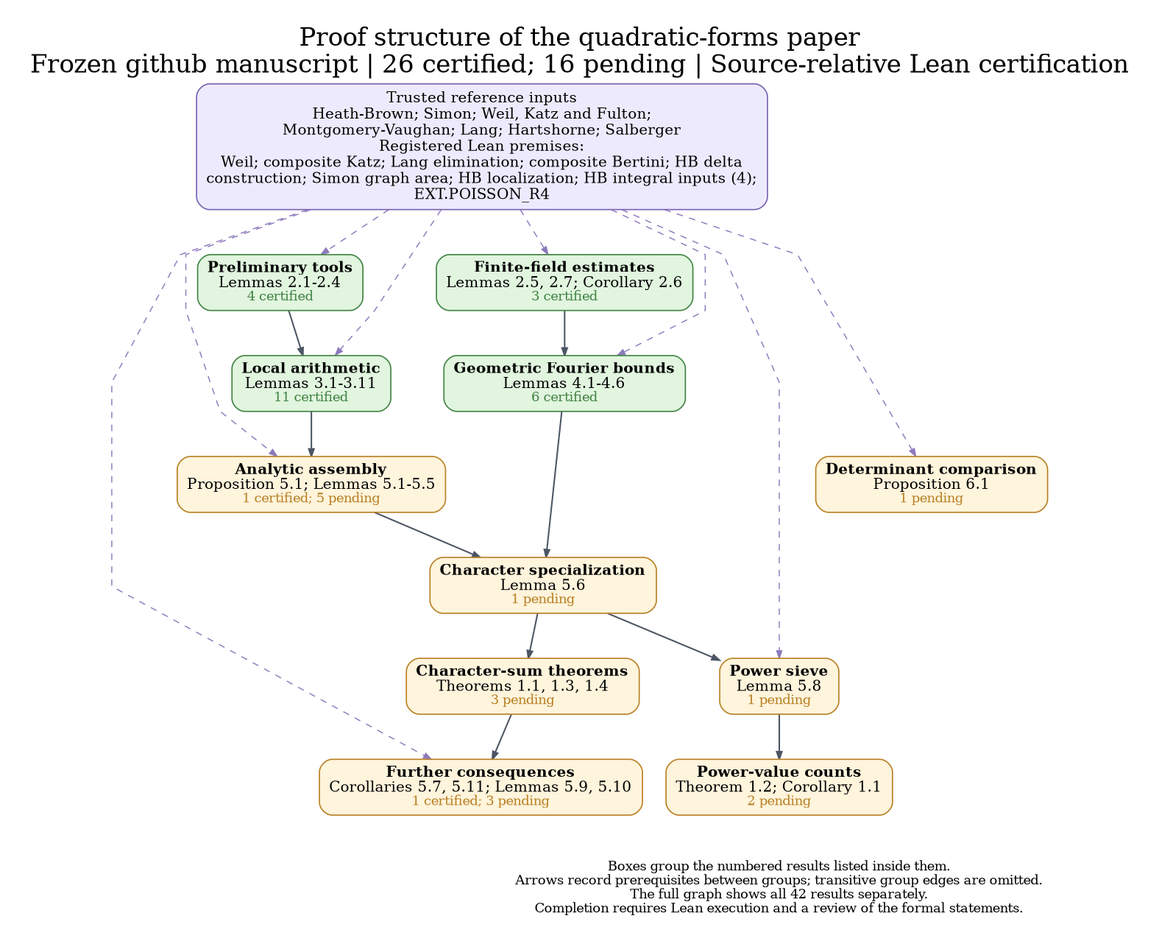
The Graphviz diagram docs/dependency_overview.png in nicolasrobles/quaternary-quadratic-forms, before a commit. Its source is kept beside it as docs/dependency_overview.dot.
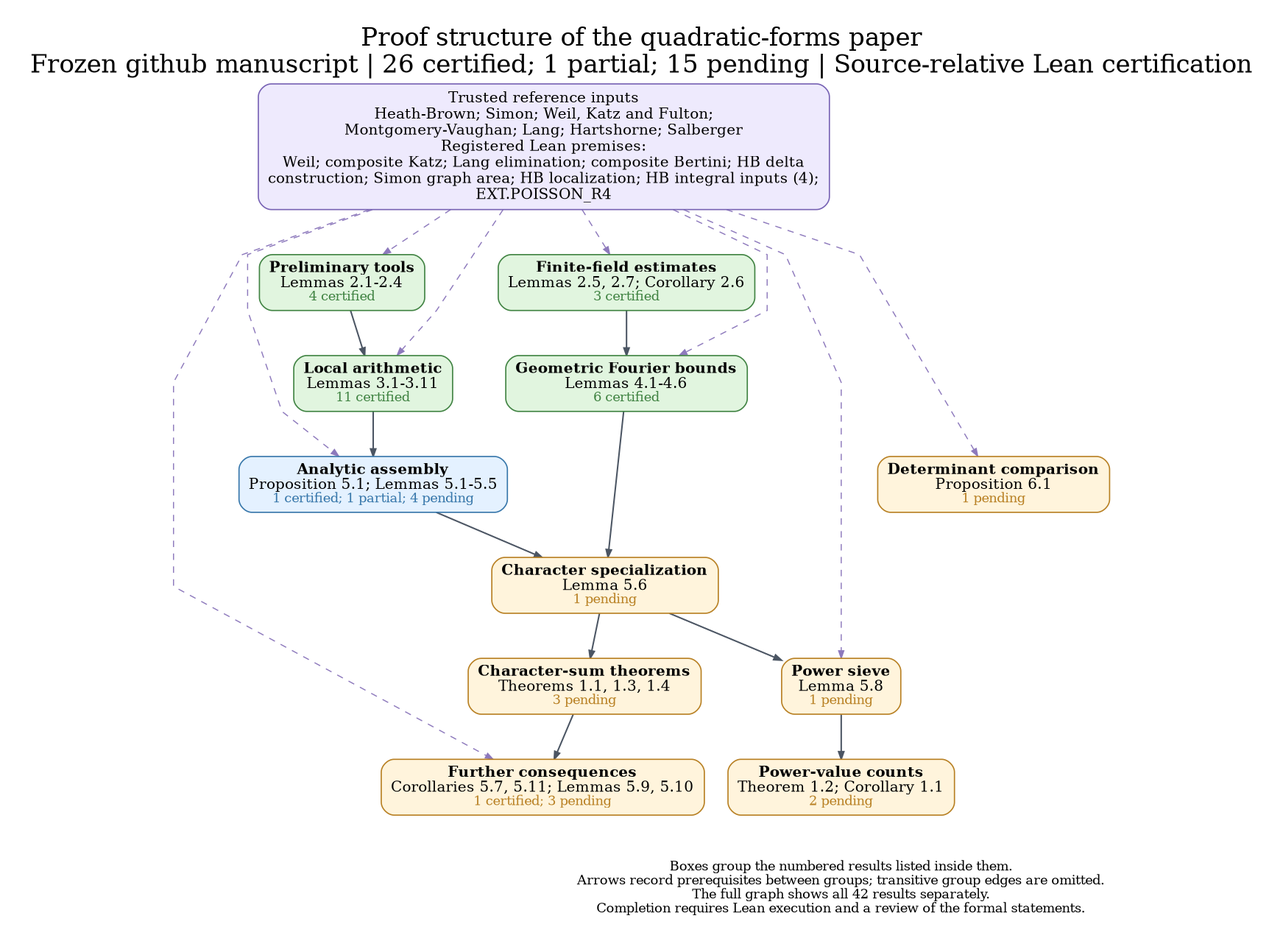
After the commit.

What changed in the source:
```diff
@@ -1,7 +1,7 @@
 digraph Overview {
 graph [rankdir=TB, newrank=true, compound=true, outputorder=edgesfirst,
   bgcolor="white", fontname="DejaVu Serif", fontsize=23, labelloc=t,
-  label="Proof structure of the quadratic-forms paper\nFrozen github manuscript | 26 certified; 16 pending | Source-relative Lean certification",
+  label="Proof structure of the quadratic-forms paper\nFrozen github manuscript | 26 certified; 1 partial; 15 pending | Source-relative Lean certification",
   nodesep=0.30, ranksep=0.58, pad=0.28, splines=polyline];
 node [shape=box, style="rounded,filled", fillcolor="#fff4dc", color="#b88023",
   fontname="DejaVu Serif", fontsize=14, penwidth=1.15, margin="0.12,0.09"];
@@ -11,7 +11,7 @@
 "finite" [label=<<B>Finite-field estimates</B><BR/>Lemmas 2.5, 2.7; Corollary 2.6<BR/><FONT POINT-SIZE="12" COLOR="#408342">3 certified</FONT>>, fillcolor="#e1f5df", color="#408342", URL="https://github.com/nicolasrobles/quaternary-quadratic-forms/blob/main/INVENTORY.md", target="_blank"];
 "local" [label=<<B>Local arithmetic</B><BR/>Lemmas 3.1-3.11<BR/><FONT POINT-SIZE="12" COLOR="#408342">11 certified</FONT>>, fillcolor="#e1f5df", color="#408342", URL="https://github.com/nicolasrobles/quaternary-quadratic-forms/blob/main/INVENTORY.md", target="_blank"];
 "fourier" [label=<<B>Geometric Fourier bounds</B><BR/>Lemmas 4.1-4.6<BR/><FONT POINT-SIZE="12" COLOR="#408342">6 certified</FONT>>, fillcolor="#e1f5df", color="#408342", URL="https://github.com/nicolasrobles/quaternary-quadratic-forms/blob/main/INVENTORY.md", target="_blank"];
-"analytic" [label=<<B>Analytic assembly</B><BR/>Proposition 5.1; Lemmas 5.1-5.5<BR/><FONT POINT-SIZE="12" COLOR="#b88023">1 certified; 5 pending</FONT>>, fillcolor="#fff4dc", color="#b88023", URL="https://github.com/nicolasrobles/quaternary-quadratic-forms/blob/main/INVENTORY.md", target="_blank"];
+"analytic" [label=<<B>Analytic assembly</B><BR/>Proposition 5.1; Lemmas 5.1-5.5<BR/><FONT POINT-SIZE="12" COLOR="#3676aa">1 certified; 1 partial; 4 pending</FONT>>, fillcolor="#e4f1ff", color="#3676aa", URL="https://github.com/nicolasrobles/quaternary-quadratic-forms/blob/main/INVENTORY.md", target="_blank"];
 "characters" [label=<<B>Character specialization</B><BR/>Lemma 5.6<BR/><FONT POINT-SIZE="12" COLOR="#b88023">1 pending</FONT>>, fillcolor="#fff4dc", color="#b88023", URL="https://github.com/nicolasrobles/quaternary-quadratic-forms/blob/main/INVENTORY.md", target="_blank"];
 "sieve" [label=<<B>Power sieve</B><BR/>Lemma 5.8<BR/><FONT POINT-SIZE="12" COLOR="#b88023">1 pending</FONT>>, fillcolor="#fff4dc", color="#b88023", URL="https://github.com/nicolasrobles/quaternary-quadratic-forms/blob/main/INVENTORY.md", target="_blank"];
 "consequences" [label=<<B>Further consequences</B><BR/>Corollaries 5.7, 5.11; Lemmas 5.9, 5.10<BR/><FONT POINT-SIZE="12" COLOR="#b88023">1 certified; 3 pending</FONT>>, fillcolor="#fff4dc", color="#b88023", URL="https://github.com/nicolasrobles/quaternary-quadratic-forms/blob/main/INVENTORY.md", target="_blank"];
```
